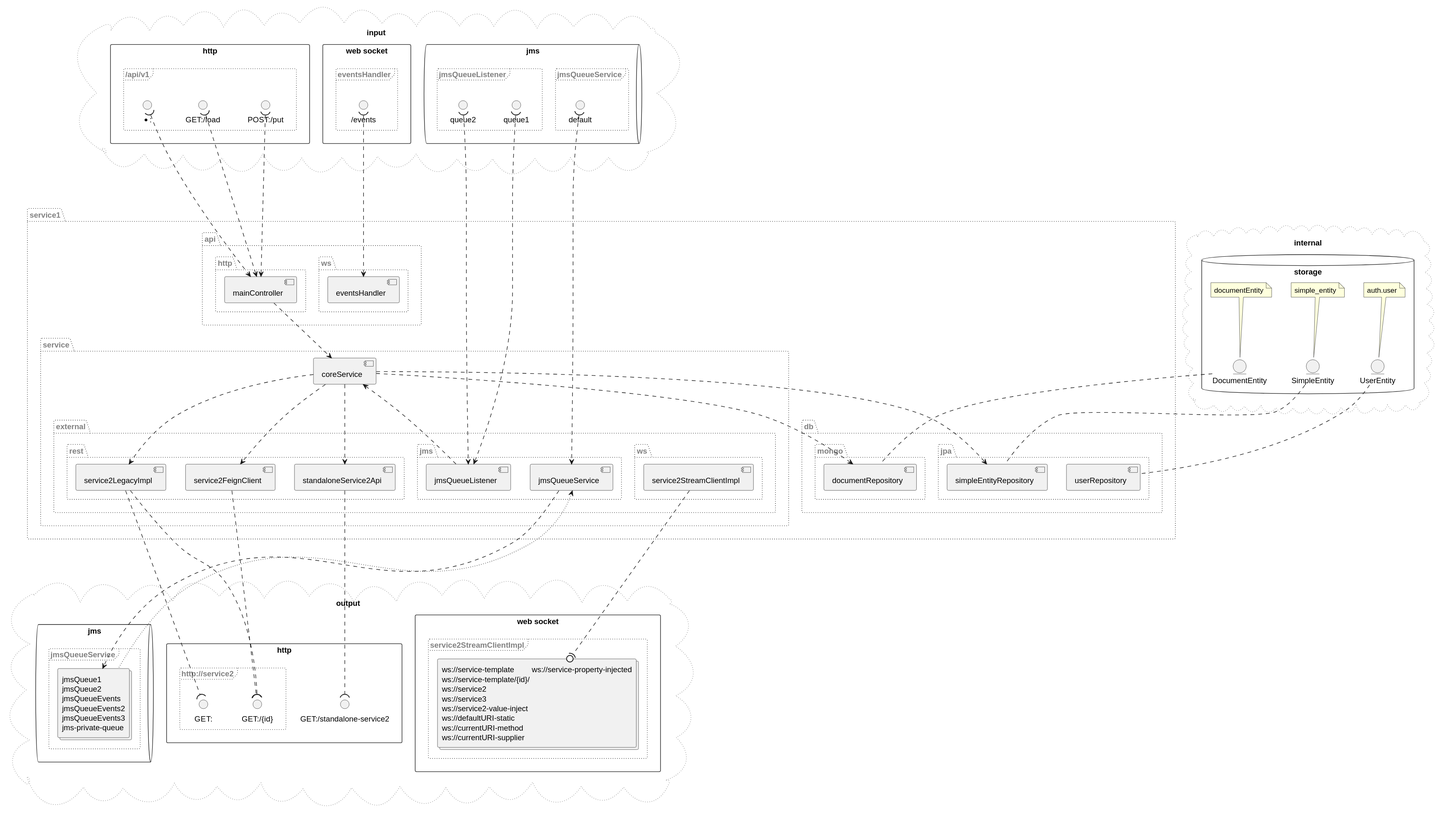
m4gshm/spring-boot-components-visualizer keeps this PlantUML diagram as test/service1/src/schema/connections.svg. Above is the earlier version.
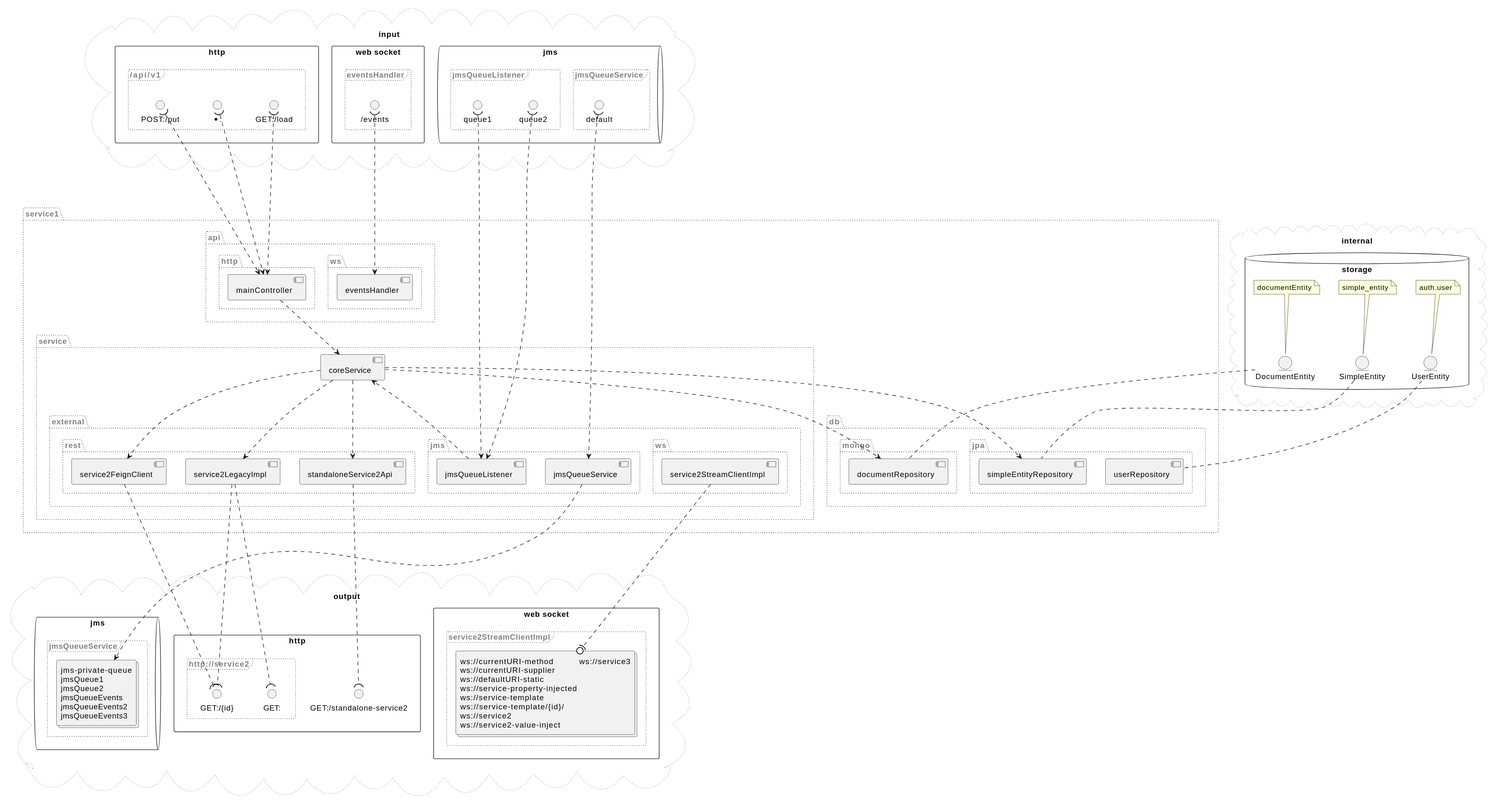
The same diagram one commit later.

The edit, as a diff of the source:
```diff
@@ -26,9 +26,9 @@
         component jmsQueueService as jmsQueueService
       }
       package "rest" as service1.service.external.rest #line.dotted;text:gray {
+        component service2FeignClient as service2FeignClient
         component service2LegacyImpl as service2LegacyImpl
         component standaloneService2Api as standaloneService2Api
-        component service2FeignClient as service2FeignClient
       }
       package "ws" as service1.service.external.ws #line.dotted;text:gray {
         component service2StreamClientImpl as service2StreamClientImpl
@@ -37,10 +37,10 @@
   }
 }
 mainController ..> coreService
+coreService ..> simpleEntityRepository
 coreService ..> documentRepository
 coreService ..> service2FeignClient
 coreService ..> service2LegacyImpl
-coreService ..> simpleEntityRepository
 coreService ..> standaloneService2Api
 jmsQueueListener ..> coreService
 cloud "input" as input #line.dotted;line:gray; {
@@ -92,9 +92,8 @@
 cloud "output" as output #line.dotted;line:gray; {
   queue "jms" as output.jms {
     frame "jmsQueueService" as output.jms.jmsQueueService.jmsQueueService.interfaces #line.dotted;text:gray {
-      collections "<#transparent,transparent>|jmsQueue1|\n<#transparent,transparent>|jmsQueue2|\n<#transparent,transparent>|jmsQueueEvents|\n<#transparent,transparent>|jmsQueueEvents2|\n<#transparent,transparent>|jmsQueueEvents3|\n<#transparent,transparent>|jms-private-queue|" as output.jms.jmsQueueService.interfaces
+      collections "<#transparent,transparent>|jms-private-queue|\n<#transparent,transparent>|jmsQueue1|\n<#transparent,transparent>|jmsQueue2|\n<#transparent,transparent>|jmsQueueEvents|\n<#transparent,transparent>|jmsQueueEvents2|\n<#transparent,transparent>|jmsQueueEvents3|" as output.jms.jmsQueueService.interfaces
       jmsQueueService ....> output.jms.jmsQueueService.interfaces
-      jmsQueueService <.... output.jms.jmsQueueService.interfaces#line.dotted
     }
   }
   rectangle "http" as output.http {
@@ -104,13 +103,13 @@
       interface "GET:" as out.GET.http...service2
       service2LegacyImpl ....( out.GET.http...service2
       interface "GET:/{id}" as out.GET.http...service2..id.
+      service2FeignClient ....( out.GET.http...service2..id.
       service2LegacyImpl ....( out.GET.http...service2..id.
-      service2FeignClient ....( out.GET.http...service2..id.
     }
   }
   rectangle "web socket" as output.websocket {
     frame "service2StreamClientImpl" as output.websocket.service2StreamClientImpl.service2StreamClientImpl.interfaces #line.dotted;text:gray {
-      collections "<#transparent,transparent>|ws://service-template |ws://service-property-injected|\n<#transparent,transparent>|ws://service-template/{id}/ | |\n<#transparent,transparent>|ws://service2 | |\n<#transparent,transparent>|ws://service3 | |\n<#transparent,transparent>|ws://service2-value-inject | |\n<#transparent,transparent>|ws://defaultURI-static | |\n<#transparent,transparent>|ws://currentURI-method | |\n<#transparent,transparent>|ws://currentURI-supplier | |" as output.websocket.service2StreamClientImpl.interfaces
+      collections "<#transparent,transparent>|ws://currentURI-method |ws://service3|\n<#transparent,transparent>|ws://currentURI-supplier | |\n<#transparent,transparent>|ws://defaultURI-static | |\n<#transparent,transparent>|ws://service-property-injected | |\n<#transparent,transparent>|ws://service-template | |\n<#transparent,transparent>|ws://service-template/{id}/ | |\n<#transparent,transparent>|ws://service2 | |\n<#transparent,transparent>|ws://service2-value-inject | |" as output.websocket.service2StreamClientImpl.interfaces
       service2StreamClientImpl ....(0 output.websocket.service2StreamClientImpl.interfaces
     }
   }
```
